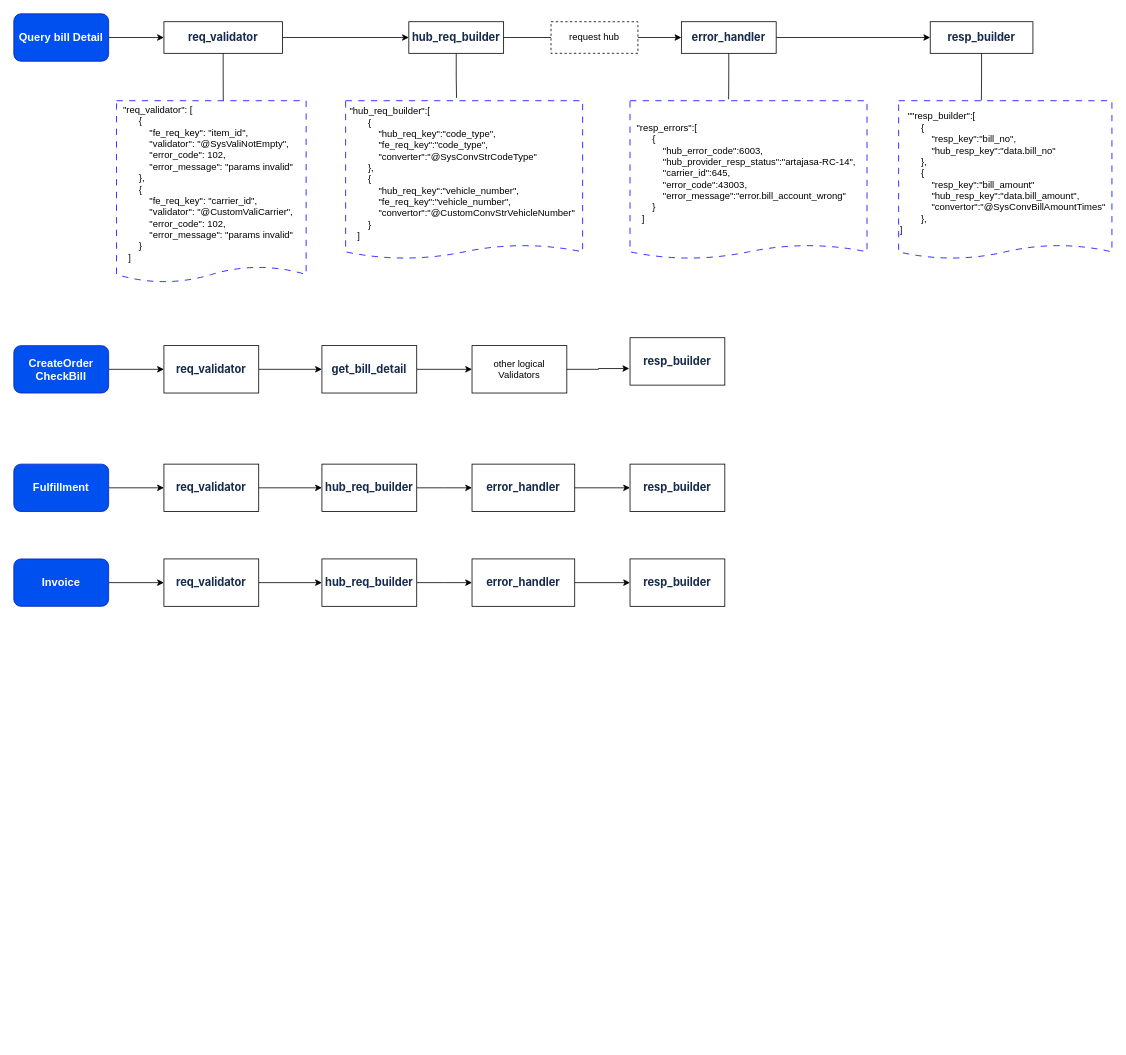
Before: page "bill_flow_low_code" (10 of 10) of source/diagrams/e-commerce.drawio in wxquare/wxquare.github.io, a draw.io diagram. Source tidied: cells renumbered, new cells numbered last; positions are measured from the earlier drawing's top-left corner, leaving out a move shared by most shapes. Both pictures are drawn from the tidied source at 79%, with x=0, y=0 at pixel (13, 13).
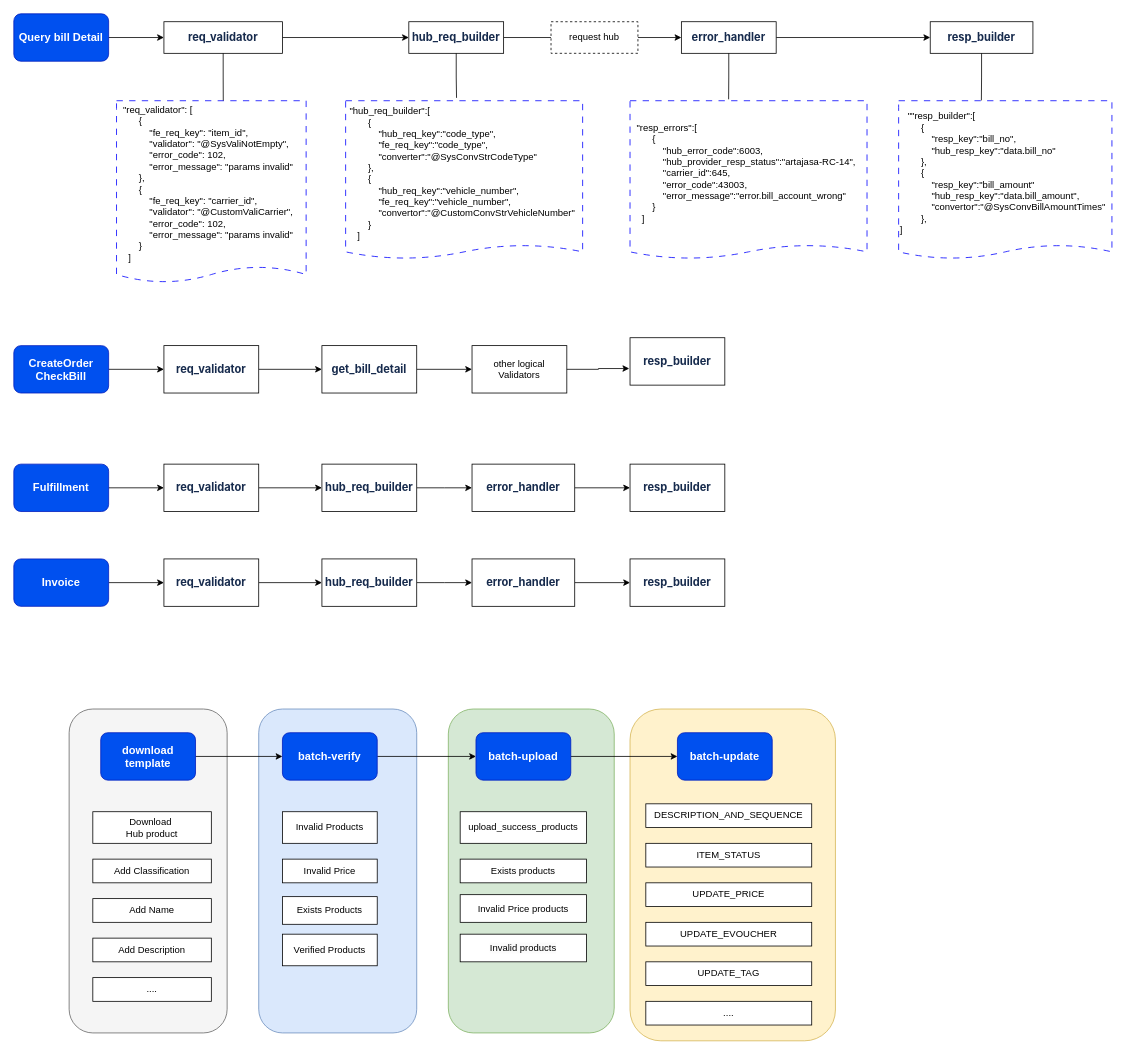
The same page after the edit.

Change to the diagram source:
```diff
@@
+    <mxCell id="47" style="rounded=1;whiteSpace=wrap;html=1;fillColor=#fff2cc;strokeColor=#d6b656;" parent="1" vertex="1">
+      <mxGeometry x="780" y="880" width="260" height="420" as="geometry" />
+    </mxCell>
+    <mxCell id="48" style="rounded=1;whiteSpace=wrap;html=1;fillColor=#d5e8d4;strokeColor=#82b366;" parent="1" vertex="1">
+      <mxGeometry x="550" y="880" width="210" height="410" as="geometry" />
+    </mxCell>
+    <mxCell id="49" style="rounded=1;whiteSpace=wrap;html=1;fillColor=#dae8fc;strokeColor=#6c8ebf;" parent="1" vertex="1">
+      <mxGeometry x="310" y="880" width="200" height="410" as="geometry" />
+    </mxCell>
+    <mxCell id="50" style="rounded=1;whiteSpace=wrap;html=1;fillColor=#f5f5f5;fontColor=#333333;strokeColor=#666666;" parent="1" vertex="1">
+      <mxGeometry x="70" y="880" width="200" height="410" as="geometry" />
+    </mxCell>
@@
+    <mxCell id="51" style="edgeStyle=orthogonalEdgeStyle;rounded=0;jettySize=auto;html=1;exitX=1;exitY=0.5;exitDx=0;exitDy=0;entryX=0;entryY=0.5;entryDx=0;entryDy=0;" parent="1" edge="1" source="52" target="54">
+      <mxGeometry relative="1" as="geometry" />
+    </mxCell>
+    <mxCell id="52" value="&lt;span style=&quot;font-size: 14px;&quot;&gt;&lt;b&gt;download template&lt;/b&gt;&lt;/span&gt;" style="rounded=1;whiteSpace=wrap;html=1;fillColor=#0050ef;fontColor=#ffffff;strokeColor=#001DBC;" parent="1" vertex="1">
+      <mxGeometry x="110" y="910" width="120" height="60" as="geometry" />
+    </mxCell>
+    <mxCell id="53" style="edgeStyle=orthogonalEdgeStyle;rounded=0;jettySize=auto;html=1;exitX=1;exitY=0.5;exitDx=0;exitDy=0;entryX=0;entryY=0.5;entryDx=0;entryDy=0;" parent="1" edge="1" source="54" target="56">
+      <mxGeometry relative="1" as="geometry" />
+    </mxCell>
+    <mxCell id="54" value="&lt;span style=&quot;font-size: 14px;&quot;&gt;&lt;b&gt;batch-verify&lt;/b&gt;&lt;/span&gt;" style="rounded=1;whiteSpace=wrap;html=1;fillColor=#0050ef;fontColor=#ffffff;strokeColor=#001DBC;" parent="1" vertex="1">
+      <mxGeometry x="340" y="910" width="120" height="60" as="geometry" />
+    </mxCell>
+    <mxCell id="55" style="edgeStyle=orthogonalEdgeStyle;rounded=0;jettySize=auto;html=1;exitX=1;exitY=0.5;exitDx=0;exitDy=0;entryX=0;entryY=0.5;entryDx=0;entryDy=0;" parent="1" edge="1" source="56" target="57">
+      <mxGeometry relative="1" as="geometry" />
+    </mxCell>
+    <mxCell id="56" value="&lt;span style=&quot;font-size: 14px;&quot;&gt;&lt;b&gt;batch-upload&lt;/b&gt;&lt;/span&gt;" style="rounded=1;whiteSpace=wrap;html=1;fillColor=#0050ef;fontColor=#ffffff;strokeColor=#001DBC;" parent="1" vertex="1">
+      <mxGeometry x="585" y="910" width="120" height="60" as="geometry" />
+    </mxCell>
+    <mxCell id="57" value="&lt;span style=&quot;font-size: 14px;&quot;&gt;&lt;b&gt;batch-update&lt;/b&gt;&lt;/span&gt;" style="rounded=1;whiteSpace=wrap;html=1;fillColor=#0050ef;fontColor=#ffffff;strokeColor=#001DBC;" parent="1" vertex="1">
+      <mxGeometry x="840" y="910" width="120" height="60" as="geometry" />
+    </mxCell>
+    <mxCell id="58" value="Invalid Products" style="rounded=0;whiteSpace=wrap;html=1;" parent="1" vertex="1">
+      <mxGeometry x="340" y="1010" width="120" height="40" as="geometry" />
+    </mxCell>
+    <mxCell id="59" value="Invalid Price" style="rounded=0;whiteSpace=wrap;html=1;" parent="1" vertex="1">
+      <mxGeometry x="340" y="1070" width="120" height="30" as="geometry" />
+    </mxCell>
+    <mxCell id="60" value="Exists Products" style="rounded=0;whiteSpace=wrap;html=1;" parent="1" vertex="1">
+      <mxGeometry x="340" y="1117.5" width="120" height="35" as="geometry" />
+    </mxCell>
+    <mxCell id="61" value="Verified Products" style="rounded=0;whiteSpace=wrap;html=1;" parent="1" vertex="1">
+      <mxGeometry x="340" y="1165" width="120" height="40" as="geometry" />
+    </mxCell>
+    <mxCell id="62" value="Download&amp;nbsp;&lt;div&gt;Hub product&lt;/div&gt;" style="rounded=0;whiteSpace=wrap;html=1;" parent="1" vertex="1">
+      <mxGeometry x="100" y="1010" width="150" height="40" as="geometry" />
+    </mxCell>
+    <mxCell id="63" value="Add Classification" style="rounded=0;whiteSpace=wrap;html=1;" parent="1" vertex="1">
+      <mxGeometry x="100" y="1070" width="150" height="30" as="geometry" />
+    </mxCell>
+    <mxCell id="64" value="upload_success_products" style="rounded=0;whiteSpace=wrap;html=1;" parent="1" vertex="1">
+      <mxGeometry x="565" y="1010" width="160" height="40" as="geometry" />
+    </mxCell>
+    <mxCell id="65" value="Exists products" style="rounded=0;whiteSpace=wrap;html=1;" parent="1" vertex="1">
+      <mxGeometry x="565" y="1070" width="160" height="30" as="geometry" />
+    </mxCell>
+    <mxCell id="66" value="Invalid Price products" style="rounded=0;whiteSpace=wrap;html=1;" parent="1" vertex="1">
+      <mxGeometry x="565" y="1115" width="160" height="35" as="geometry" />
+    </mxCell>
+    <mxCell id="67" value="&lt;span style=&quot;color: rgb(0, 0, 0); font-family: Helvetica; font-size: 12px; font-style: normal; font-variant-ligatures: normal; font-variant-caps: normal; font-weight: 400; letter-spacing: normal; orphans: 2; text-align: center; text-indent: 0px; text-transform: none; widows: 2; word-spacing: 0px; -webkit-text-stroke-width: 0px; white-space: normal; background-color: rgb(251, 251, 251); text-decoration-thickness: initial; text-decoration-style: initial; text-decoration-color: initial; display: inline !important; float: none;&quot;&gt;Invalid products&lt;/span&gt;" style="rounded=0;whiteSpace=wrap;html=1;" parent="1" vertex="1">
+      <mxGeometry x="565" y="1165" width="160" height="35" as="geometry" />
+    </mxCell>
+    <mxCell id="68" value="DESCRIPTION_AND_SEQUENCE" style="rounded=0;whiteSpace=wrap;html=1;" parent="1" vertex="1">
+      <mxGeometry x="800" y="1000" width="210" height="30" as="geometry" />
+    </mxCell>
+    <mxCell id="69" value="ITEM_STATUS" style="rounded=0;whiteSpace=wrap;html=1;" parent="1" vertex="1">
+      <mxGeometry x="800" y="1050" width="210" height="30" as="geometry" />
+    </mxCell>
+    <mxCell id="70" value="UPDATE_EVOUCHER" style="rounded=0;whiteSpace=wrap;html=1;" parent="1" vertex="1">
+      <mxGeometry x="800" y="1150" width="210" height="30" as="geometry" />
+    </mxCell>
+    <mxCell id="71" value="UPDATE_PRICE" style="rounded=0;whiteSpace=wrap;html=1;" parent="1" vertex="1">
+      <mxGeometry x="800" y="1100" width="210" height="30" as="geometry" />
+    </mxCell>
+    <mxCell id="72" value="UPDATE_TAG" style="rounded=0;whiteSpace=wrap;html=1;" parent="1" vertex="1">
+      <mxGeometry x="800" y="1200" width="210" height="30" as="geometry" />
+    </mxCell>
+    <mxCell id="73" value="Add Name" style="rounded=0;whiteSpace=wrap;html=1;" parent="1" vertex="1">
+      <mxGeometry x="100" y="1120" width="150" height="30" as="geometry" />
+    </mxCell>
+    <mxCell id="74" value="Add Description" style="rounded=0;whiteSpace=wrap;html=1;" parent="1" vertex="1">
+      <mxGeometry x="100" y="1170" width="150" height="30" as="geometry" />
+    </mxCell>
+    <mxCell id="75" value="...." style="rounded=0;whiteSpace=wrap;html=1;" parent="1" vertex="1">
+      <mxGeometry x="100" y="1220" width="150" height="30" as="geometry" />
+    </mxCell>
+    <mxCell id="76" value="...." style="rounded=0;whiteSpace=wrap;html=1;" parent="1" vertex="1">
+      <mxGeometry x="800" y="1250" width="210" height="30" as="geometry" />
+    </mxCell>
```
